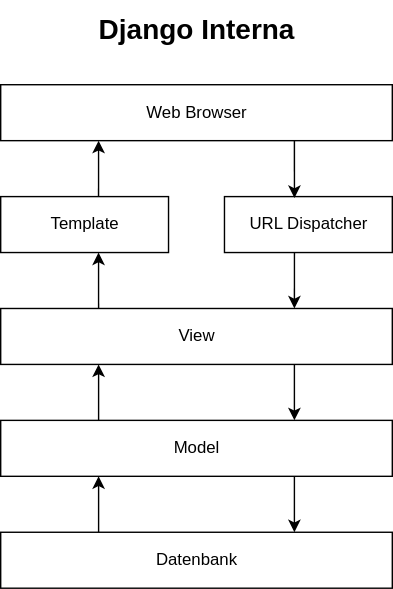
Above: docs/anforderung/files/svg/diagramm_django_flow.svg in mribrgr/StuRa-Mitgliederdatenbank (draw.io), before the change. Source tidied: cells renumbered, new cells last; positions are measured from the earlier drawing's top-left corner, leaving out a move shared by most shapes. Source of this version:
```xml
<mxGraphModel>
  <root>
    <mxCell id="0" />
    <mxCell id="1" parent="0" />
    <mxCell id="2" style="edgeStyle=orthogonalEdgeStyle;rounded=0;jettySize=auto;html=1;exitX=0.75;exitY=1;exitDx=0;exitDy=0;entryX=0.75;entryY=0;entryDx=0;entryDy=0;" parent="1" edge="1" source="4" target="11">
      <mxGeometry relative="1" as="geometry" />
    </mxCell>
    <mxCell id="3" style="edgeStyle=orthogonalEdgeStyle;rounded=0;jettySize=auto;html=1;exitX=0.25;exitY=0;exitDx=0;exitDy=0;entryX=0.25;entryY=1;entryDx=0;entryDy=0;" parent="1" edge="1" source="4" target="8">
      <mxGeometry relative="1" as="geometry" />
    </mxCell>
    <mxCell id="4" value="Model" style="html=1;" parent="1" vertex="1">
      <mxGeometry y="300" width="280" height="40" as="geometry" />
    </mxCell>
    <mxCell id="5" style="edgeStyle=orthogonalEdgeStyle;rounded=0;jettySize=auto;html=1;exitX=0.75;exitY=1;exitDx=0;exitDy=0;entryX=0.75;entryY=0;entryDx=0;entryDy=0;" parent="1" edge="1" source="8" target="4">
      <mxGeometry relative="1" as="geometry" />
    </mxCell>
    <mxCell id="6" style="edgeStyle=orthogonalEdgeStyle;rounded=0;jettySize=auto;html=1;exitX=0.75;exitY=0;exitDx=0;exitDy=0;entryX=0.417;entryY=1;entryDx=0;entryDy=0;entryPerimeter=0;startArrow=classic;startFill=1;endArrow=none;endFill=0;" parent="1" edge="1" source="8" target="9">
      <mxGeometry relative="1" as="geometry" />
    </mxCell>
    <mxCell id="7" style="edgeStyle=orthogonalEdgeStyle;rounded=0;jettySize=auto;html=1;exitX=0.25;exitY=0;exitDx=0;exitDy=0;entryX=0.583;entryY=1;entryDx=0;entryDy=0;entryPerimeter=0;startArrow=none;startFill=0;endArrow=classic;endFill=1;" parent="1" edge="1" source="8" target="12">
      <mxGeometry relative="1" as="geometry" />
    </mxCell>
    <mxCell id="8" value="View" style="html=1;" parent="1" vertex="1">
      <mxGeometry y="220" width="280" height="40" as="geometry" />
    </mxCell>
    <mxCell id="9" value="URL Dispatcher" style="html=1;" parent="1" vertex="1">
      <mxGeometry x="160" y="140" width="120" height="40" as="geometry" />
    </mxCell>
    <mxCell id="10" style="edgeStyle=orthogonalEdgeStyle;rounded=0;jettySize=auto;html=1;exitX=0.25;exitY=0;exitDx=0;exitDy=0;entryX=0.25;entryY=1;entryDx=0;entryDy=0;" parent="1" edge="1" source="11" target="4">
      <mxGeometry relative="1" as="geometry" />
    </mxCell>
    <mxCell id="11" value="Datenbank" style="html=1;" parent="1" vertex="1">
      <mxGeometry y="380" width="280" height="40" as="geometry" />
    </mxCell>
    <mxCell id="12" value="Template" style="html=1;" parent="1" vertex="1">
      <mxGeometry y="140" width="120" height="40" as="geometry" />
    </mxCell>
    <mxCell id="13" style="edgeStyle=orthogonalEdgeStyle;rounded=0;jettySize=auto;html=1;exitX=0.75;exitY=1;exitDx=0;exitDy=0;entryX=0.417;entryY=0.025;entryDx=0;entryDy=0;entryPerimeter=0;" parent="1" edge="1" source="15" target="9">
      <mxGeometry relative="1" as="geometry" />
    </mxCell>
    <mxCell id="14" style="edgeStyle=orthogonalEdgeStyle;rounded=0;jettySize=auto;html=1;exitX=0.25;exitY=1;exitDx=0;exitDy=0;entryX=0.583;entryY=0;entryDx=0;entryDy=0;entryPerimeter=0;startArrow=classic;startFill=1;endArrow=none;endFill=0;" parent="1" edge="1" source="15" target="12">
      <mxGeometry relative="1" as="geometry" />
    </mxCell>
    <mxCell id="15" value="Web Browser" style="html=1;" parent="1" vertex="1">
      <mxGeometry y="60" width="280" height="40" as="geometry" />
    </mxCell>
    <mxCell id="16" value="&lt;font style=&quot;font-size: 20px&quot;&gt;Django Interna&lt;/font&gt;" style="text;strokeColor=none;fillColor=none;html=1;fontSize=24;fontStyle=1;verticalAlign=middle;align=center;" parent="1" vertex="1">
      <mxGeometry x="90" width="100" height="40" as="geometry" />
    </mxCell>
  </root>
</mxGraphModel>
```
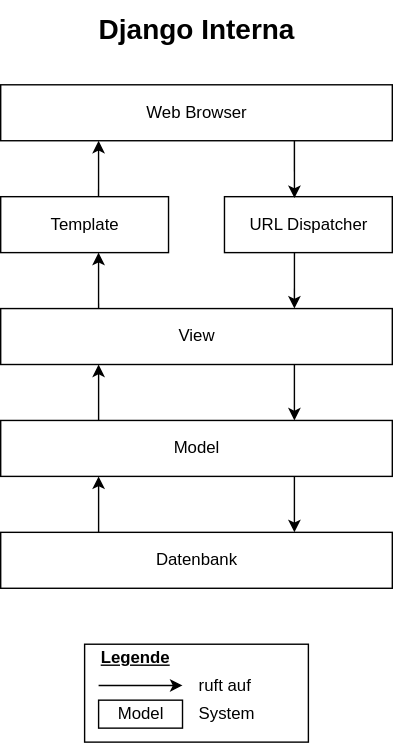
The same diagram one commit later.

The edit, as a diff of the source:
```diff
@@ -47,5 +47,26 @@
     <mxCell id="16" value="&lt;font style=&quot;font-size: 20px&quot;&gt;Django Interna&lt;/font&gt;" style="text;strokeColor=none;fillColor=none;html=1;fontSize=24;fontStyle=1;verticalAlign=middle;align=center;" parent="1" vertex="1">
       <mxGeometry x="90" width="100" height="40" as="geometry" />
     </mxCell>
+    <mxCell id="17" style="rounded=0;whiteSpace=wrap;html=1;" parent="1" vertex="1">
+      <mxGeometry x="60" y="460" width="160" height="70" as="geometry" />
+    </mxCell>
+    <mxCell id="18" value="Legende" style="text;html=1;strokeColor=none;fillColor=none;align=left;verticalAlign=middle;whiteSpace=wrap;rounded=0;fontStyle=5;" parent="1" vertex="1">
+      <mxGeometry x="70" y="460" width="70" height="20" as="geometry" />
+    </mxCell>
+    <mxCell id="19" value="ruft auf" style="text;html=1;strokeColor=none;fillColor=none;align=left;verticalAlign=middle;whiteSpace=wrap;rounded=0;" parent="1" vertex="1">
+      <mxGeometry x="140" y="480" width="70" height="20" as="geometry" />
+    </mxCell>
+    <mxCell id="20" value="Model" style="html=1;labelBackgroundColor=none;" parent="1" vertex="1">
+      <mxGeometry x="70" y="500" width="60" height="20" as="geometry" />
+    </mxCell>
+    <mxCell id="21" value="System" style="text;html=1;strokeColor=none;fillColor=none;align=left;verticalAlign=middle;whiteSpace=wrap;rounded=0;" parent="1" vertex="1">
+      <mxGeometry x="140" y="500" width="70" height="20" as="geometry" />
+    </mxCell>
+    <mxCell id="22" style="endArrow=classic;html=1;" parent="1" edge="1">
+      <mxGeometry relative="1" as="geometry">
+        <mxPoint x="70" y="489.5" as="sourcePoint" />
+        <mxPoint x="130" y="489.5" as="targetPoint" />
+      </mxGeometry>
+    </mxCell>
   </root>
 </mxGraphModel>
```
